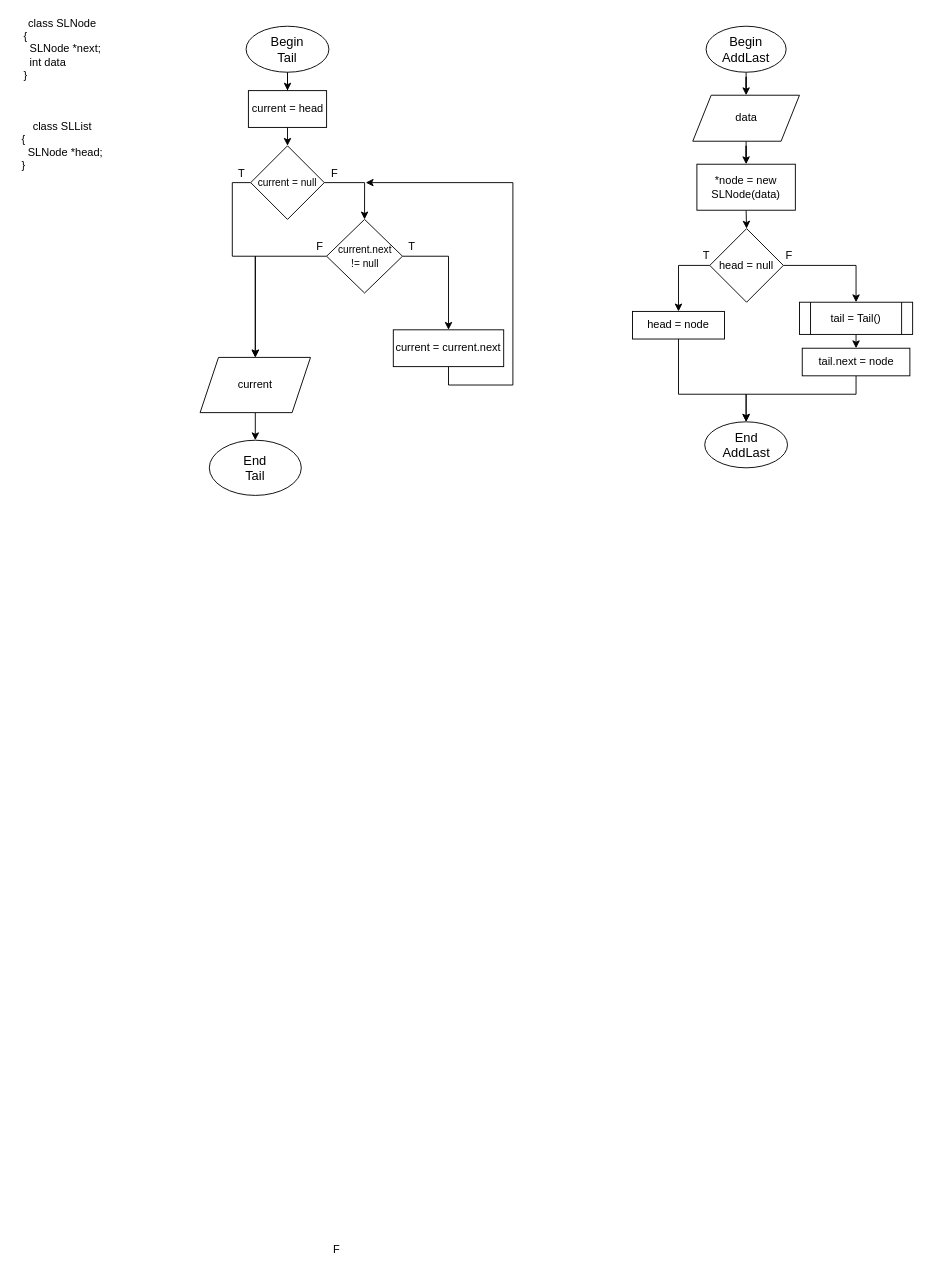
The draw.io diagram page "SLList" (3 of 3) of lab4/lab4.drawio in turoniol/ads-zaika-kp03, before the edit. Source tidied: cells renumbered, new cells numbered last; positions are measured from the earlier drawing's top-left corner, leaving out a move shared by most shapes. Both pictures are drawn from the tidied source at 92%, with x=0, y=0 at pixel (16, 17).
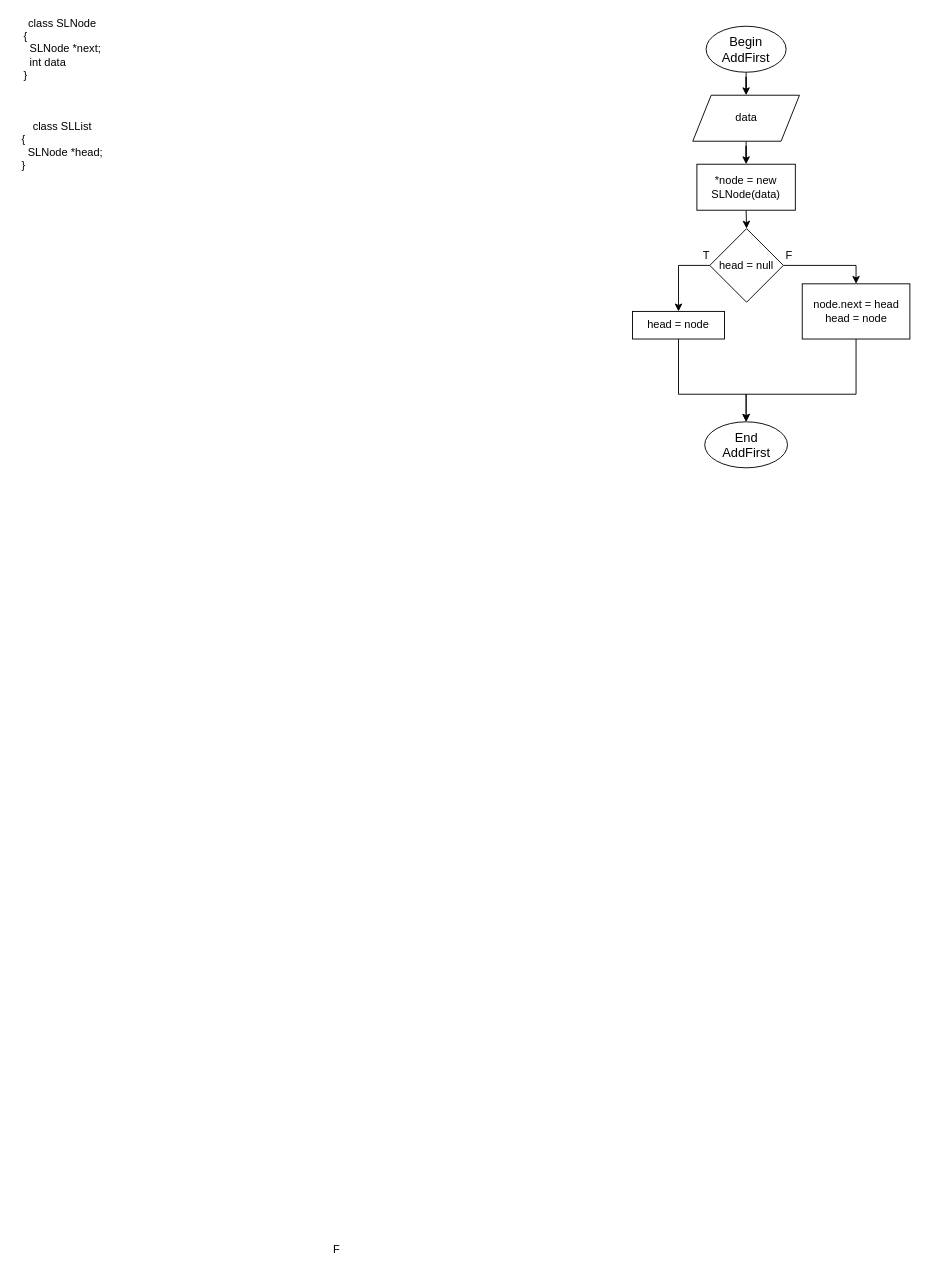
After the change.

The change refers to these unchanged cells:
```xml
<mxCell id="32" value="head = null" style="rhombus;whiteSpace=wrap;html=1;" parent="1" vertex="1">
  <mxGeometry x="754" y="230" width="80" height="80" as="geometry" />
</mxCell>
```

Change to the diagram source:
```diff
@@
-    <mxCell id="4" style="edgeStyle=orthogonalEdgeStyle;rounded=0;jettySize=auto;html=1;exitX=0.5;exitY=1;exitDx=0;exitDy=0;" parent="1" edge="1" source="5" target="7">
-      <mxGeometry relative="1" as="geometry" />
-    </mxCell>
-    <mxCell id="5" value="&lt;font style=&quot;font-size: 14px&quot;&gt;Begin&lt;br&gt;Tail&lt;br&gt;&lt;/font&gt;" style="ellipse;whiteSpace=wrap;html=1;" parent="1" vertex="1">
-      <mxGeometry x="250" y="10" width="90" height="50" as="geometry" />
-    </mxCell>
-    <mxCell id="6" style="edgeStyle=orthogonalEdgeStyle;rounded=0;jettySize=auto;html=1;exitX=0.5;exitY=1;exitDx=0;exitDy=0;entryX=0.5;entryY=0;entryDx=0;entryDy=0;" parent="1" edge="1" source="7" target="10">
-      <mxGeometry relative="1" as="geometry" />
-    </mxCell>
-    <mxCell id="7" value="current = head" style="rounded=0;whiteSpace=wrap;html=1;" parent="1" vertex="1">
-      <mxGeometry x="252.5" y="80" width="85" height="40" as="geometry" />
-    </mxCell>
-    <mxCell id="8" style="edgeStyle=orthogonalEdgeStyle;rounded=0;jettySize=auto;html=1;exitX=1;exitY=0.5;exitDx=0;exitDy=0;entryX=0.5;entryY=0;entryDx=0;entryDy=0;" parent="1" edge="1" source="10" target="13">
-      <mxGeometry relative="1" as="geometry" />
-    </mxCell>
-    <mxCell id="9" style="edgeStyle=orthogonalEdgeStyle;rounded=0;jettySize=auto;html=1;exitX=0;exitY=0.5;exitDx=0;exitDy=0;entryX=0.5;entryY=0;entryDx=0;entryDy=0;" parent="1" edge="1" source="10" target="20">
-      <mxGeometry relative="1" as="geometry">
-        <Array as="points">
-          <mxPoint x="235" y="180" />
-          <mxPoint x="235" y="260" />
-          <mxPoint x="260" y="260" />
-        </Array>
-      </mxGeometry>
-    </mxCell>
-    <mxCell id="10" value="&lt;font style=&quot;font-size: 11px&quot;&gt;current = null&lt;/font&gt;" style="rhombus;whiteSpace=wrap;html=1;" parent="1" vertex="1">
-      <mxGeometry x="255" y="140" width="80" height="80" as="geometry" />
-    </mxCell>
-    <mxCell id="11" style="edgeStyle=orthogonalEdgeStyle;rounded=0;jettySize=auto;html=1;exitX=1;exitY=0.5;exitDx=0;exitDy=0;entryX=0.5;entryY=0;entryDx=0;entryDy=0;" parent="1" edge="1" source="13" target="17">
-      <mxGeometry relative="1" as="geometry" />
-    </mxCell>
-    <mxCell id="12" style="edgeStyle=orthogonalEdgeStyle;rounded=0;jettySize=auto;html=1;exitX=0;exitY=0.5;exitDx=0;exitDy=0;" parent="1" edge="1" source="13" target="20">
-      <mxGeometry relative="1" as="geometry" />
-    </mxCell>
-    <mxCell id="13" value="&lt;font style=&quot;font-size: 11px&quot;&gt;current.next &lt;br&gt;!= null&lt;/font&gt;" style="rhombus;whiteSpace=wrap;html=1;" parent="1" vertex="1">
-      <mxGeometry x="337.5" y="220" width="82.5" height="80" as="geometry" />
-    </mxCell>
@@
-    <mxCell id="15" value="F" style="text;html=1;align=center;verticalAlign=middle;" parent="1" vertex="1">
-      <mxGeometry x="336" y="160" width="20" height="20" as="geometry" />
-    </mxCell>
-    <mxCell id="16" style="edgeStyle=orthogonalEdgeStyle;rounded=0;jettySize=auto;html=1;exitX=0.5;exitY=1;exitDx=0;exitDy=0;" parent="1" edge="1" source="17">
-      <mxGeometry relative="1" as="geometry">
-        <mxPoint x="380" y="180" as="targetPoint" />
-        <Array as="points">
-          <mxPoint x="470" y="400" />
-          <mxPoint x="540" y="400" />
-          <mxPoint x="540" y="180" />
-        </Array>
-      </mxGeometry>
-    </mxCell>
-    <mxCell id="17" value="current = current.next" style="rounded=0;whiteSpace=wrap;html=1;" parent="1" vertex="1">
-      <mxGeometry x="410" y="340" width="120" height="40" as="geometry" />
-    </mxCell>
-    <mxCell id="18" value="T" style="text;html=1;align=center;verticalAlign=middle;" parent="1" vertex="1">
-      <mxGeometry x="420" y="240" width="20" height="20" as="geometry" />
-    </mxCell>
-    <mxCell id="19" style="edgeStyle=orthogonalEdgeStyle;rounded=0;jettySize=auto;html=1;exitX=0.5;exitY=1;exitDx=0;exitDy=0;entryX=0.5;entryY=0;entryDx=0;entryDy=0;" parent="1" edge="1" source="20" target="23">
-      <mxGeometry relative="1" as="geometry" />
-    </mxCell>
-    <mxCell id="20" value="current" style="shape=parallelogram;perimeter=parallelogramPerimeter;whiteSpace=wrap;html=1;fixedSize=1;" parent="1" vertex="1">
-      <mxGeometry x="200" y="370" width="120" height="60" as="geometry" />
-    </mxCell>
-    <mxCell id="21" value="F" style="text;html=1;align=center;verticalAlign=middle;" parent="1" vertex="1">
-      <mxGeometry x="320" y="240" width="20" height="20" as="geometry" />
-    </mxCell>
-    <mxCell id="22" value="T" style="text;html=1;align=center;verticalAlign=middle;" parent="1" vertex="1">
-      <mxGeometry x="235" y="160" width="20" height="20" as="geometry" />
-    </mxCell>
-    <mxCell id="23" value="&lt;font style=&quot;font-size: 14px&quot;&gt;End&lt;br&gt;Tail&lt;br&gt;&lt;/font&gt;" style="ellipse;whiteSpace=wrap;html=1;" parent="1" vertex="1">
-      <mxGeometry x="210" y="460" width="100" height="60" as="geometry" />
-    </mxCell>
@@
-    <mxCell id="25" value="&lt;font style=&quot;font-size: 14px&quot;&gt;Begin&lt;br&gt;AddLast&lt;br&gt;&lt;/font&gt;" style="ellipse;whiteSpace=wrap;html=1;" parent="1" vertex="1">
+    <mxCell id="25" value="&lt;font style=&quot;font-size: 14px&quot;&gt;Begin&lt;br&gt;AddFirst&lt;br&gt;&lt;/font&gt;" style="ellipse;whiteSpace=wrap;html=1;" parent="1" vertex="1">
       <mxGeometry x="750" y="10" width="87" height="50" as="geometry" />
     </mxCell>
@@
-    <mxCell id="31" style="edgeStyle=orthogonalEdgeStyle;rounded=0;jettySize=auto;html=1;exitX=1;exitY=0.5;exitDx=0;exitDy=0;entryX=0.5;entryY=0;entryDx=0;entryDy=0;" parent="1" edge="1" source="32" target="37">
-      <mxGeometry relative="1" as="geometry" />
-    </mxCell>
+    <mxCell id="42" style="edgeStyle=orthogonalEdgeStyle;rounded=0;jettySize=auto;html=1;exitX=1;exitY=0.5;exitDx=0;exitDy=0;entryX=0.5;entryY=0;entryDx=0;entryDy=0;" parent="1" edge="1" source="32" target="40">
+      <mxGeometry relative="1" as="geometry" />
+    </mxCell>
@@
-    <mxCell id="36" style="edgeStyle=orthogonalEdgeStyle;rounded=0;jettySize=auto;html=1;exitX=0.5;exitY=1;exitDx=0;exitDy=0;entryX=0.5;entryY=0;entryDx=0;entryDy=0;" parent="1" edge="1" source="37" target="40">
-      <mxGeometry relative="1" as="geometry" />
-    </mxCell>
-    <mxCell id="37" value="tail = Tail()" style="shape=process;whiteSpace=wrap;html=1;backgroundOutline=1;" parent="1" vertex="1">
-      <mxGeometry x="851.5" y="310" width="123" height="35" as="geometry" />
-    </mxCell>
@@
-    <mxCell id="40" value="tail.next = node" style="rounded=0;whiteSpace=wrap;html=1;" parent="1" vertex="1">
-      <mxGeometry x="854.5" y="360" width="117" height="30" as="geometry" />
+    <mxCell id="40" value="node.next = head&lt;br&gt;head = node" style="rounded=0;whiteSpace=wrap;html=1;" parent="1" vertex="1">
+      <mxGeometry x="854.5" y="290" width="117" height="60" as="geometry" />
     </mxCell>
-    <mxCell id="41" value="&lt;font style=&quot;font-size: 14px&quot;&gt;End&lt;br&gt;AddLast&lt;br&gt;&lt;/font&gt;" style="ellipse;whiteSpace=wrap;html=1;" parent="1" vertex="1">
+    <mxCell id="41" value="&lt;font style=&quot;font-size: 14px&quot;&gt;End&lt;br&gt;AddFirst&lt;br&gt;&lt;/font&gt;" style="ellipse;whiteSpace=wrap;html=1;" parent="1" vertex="1">
       <mxGeometry x="748.5" y="440" width="90" height="50" as="geometry" />
     </mxCell>
```
